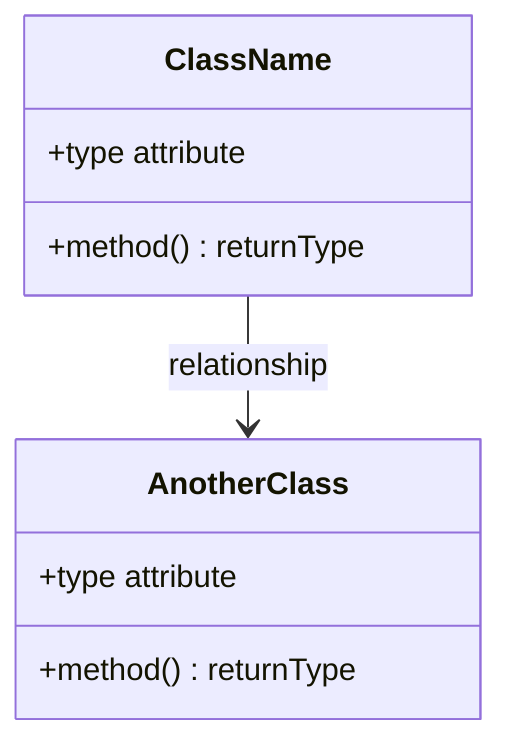
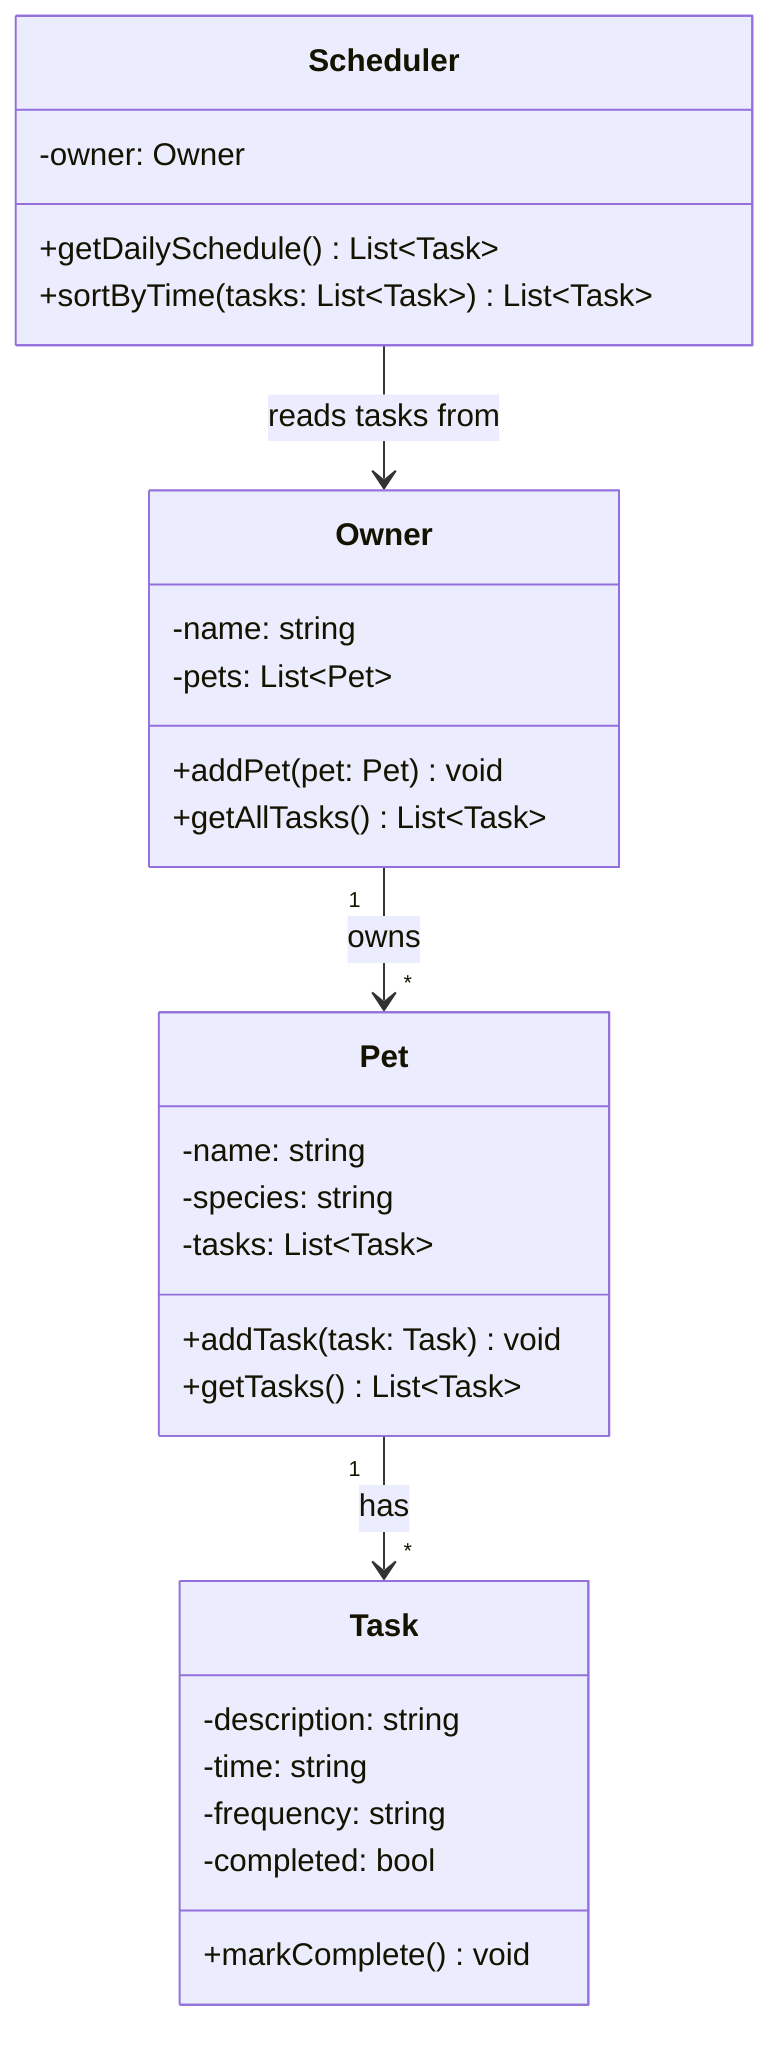
classDiagram
-     %% Replace the placeholders below with your actual classes, attributes, methods, and relationships.
-     %% Keep this file updated so it matches your final implementation.
- 
-     class ClassName {
-         +type attribute
-         +method() returnType
+     class Owner {
+         -name: string
+         -pets: List~Pet~
+         +addPet(pet: Pet) void
+         +getAllTasks() List~Task~
    }

-     class AnotherClass {
-         +type attribute
-         +method() returnType
+     class Pet {
+         -name: string
+         -species: string
+         -tasks: List~Task~
+         +addTask(task: Task) void
+         +getTasks() List~Task~
    }

-     ClassName --> AnotherClass : relationship
+     class Task {
+         -description: string
+         -time: string
+         -frequency: string
+         -completed: bool
+         +markComplete() void
+     }
+ 
+     class Scheduler {
+         -owner: Owner
+         +getDailySchedule() List~Task~
+         +sortByTime(tasks: List~Task~) List~Task~
+     }
+ 
+     Owner "1" --> "*" Pet : owns
+     Pet "1" --> "*" Task : has
+     Scheduler --> Owner : reads tasks from